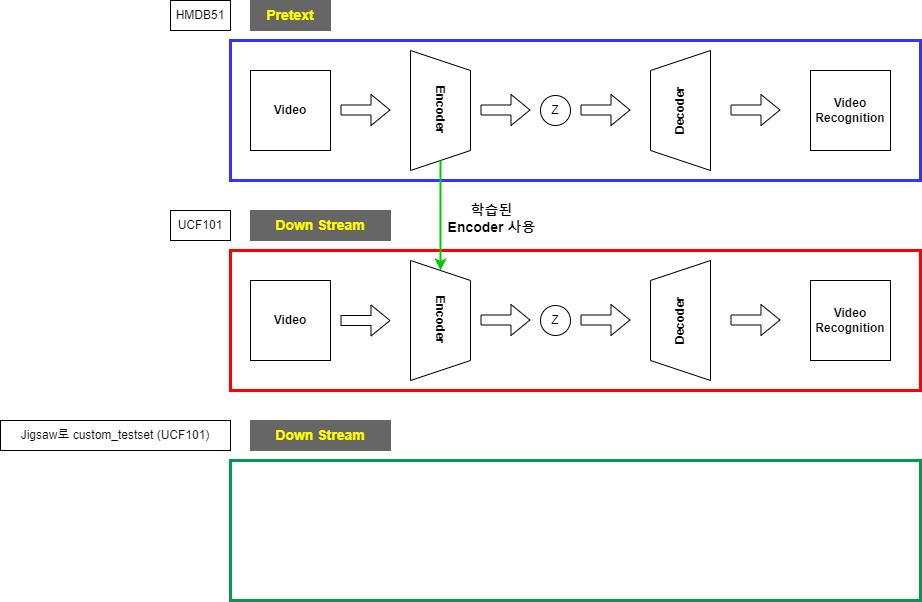
The draw.io diagram 연구주제.drawio.png in Kyoungrae-Noh/Self-Supervised-Learning, before a commit. Source tidied: cells renumbered, new cells last; positions are measured from the earlier drawing's top-left corner, leaving out a move shared by most shapes.
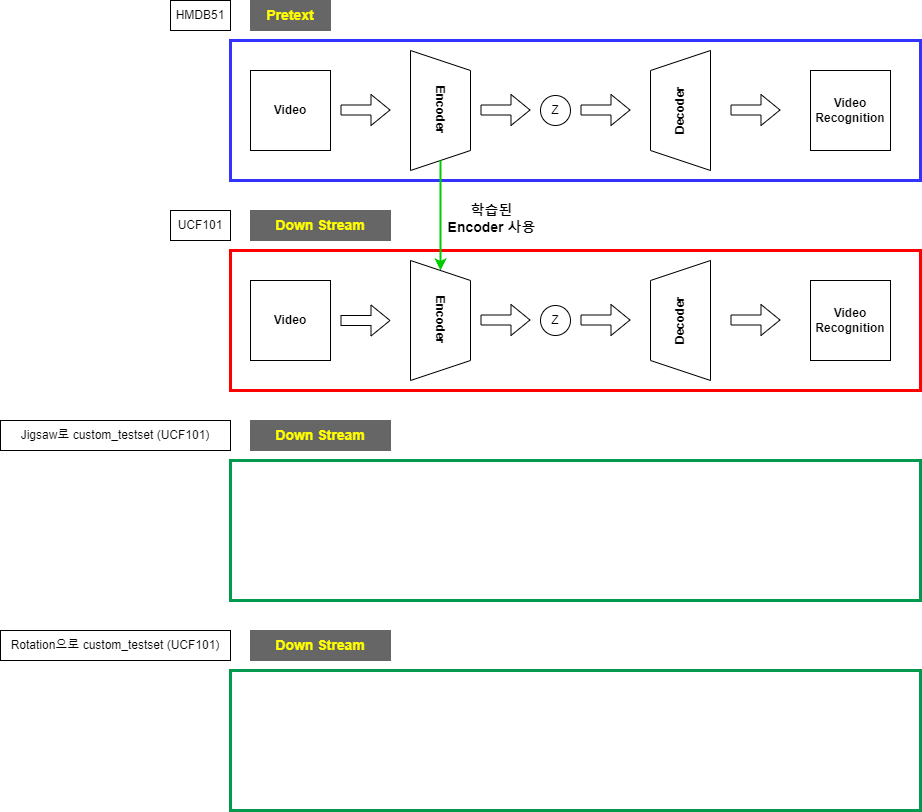
The same file after the commit.

Commit message:
연구주제.drawio.png 업데이트

The edit, as a diff of the source:
```diff
@@ -117,5 +117,14 @@
     <mxCell id="30" value="Jigsaw로 custom_testset (UCF101)" style="whiteSpace=wrap;html=1;" parent="1" vertex="1">
       <mxGeometry y="420" width="230" height="30" as="geometry" />
     </mxCell>
+    <mxCell id="31" value="&lt;b&gt;&lt;font color=&quot;#ffff00&quot; style=&quot;font-size: 14px;&quot;&gt;Down Stream&lt;/font&gt;&lt;/b&gt;" style="rounded=0;whiteSpace=wrap;html=1;fillColor=#666666;strokeColor=#666666;" parent="1" vertex="1">
+      <mxGeometry x="250" y="630" width="140" height="30" as="geometry" />
+    </mxCell>
+    <mxCell id="32" style="rounded=0;whiteSpace=wrap;html=1;strokeColor=#00994D;strokeWidth=3;fontColor=#3333FF;fillColor=none;labelBackgroundColor=#FFFFFF;" parent="1" vertex="1">
+      <mxGeometry x="230" y="670" width="690" height="140" as="geometry" />
+    </mxCell>
+    <mxCell id="33" value="Rotation으로 custom_testset (UCF101)" style="whiteSpace=wrap;html=1;" parent="1" vertex="1">
+      <mxGeometry y="630" width="230" height="30" as="geometry" />
+    </mxCell>
   </root>
 </mxGraphModel>
```
